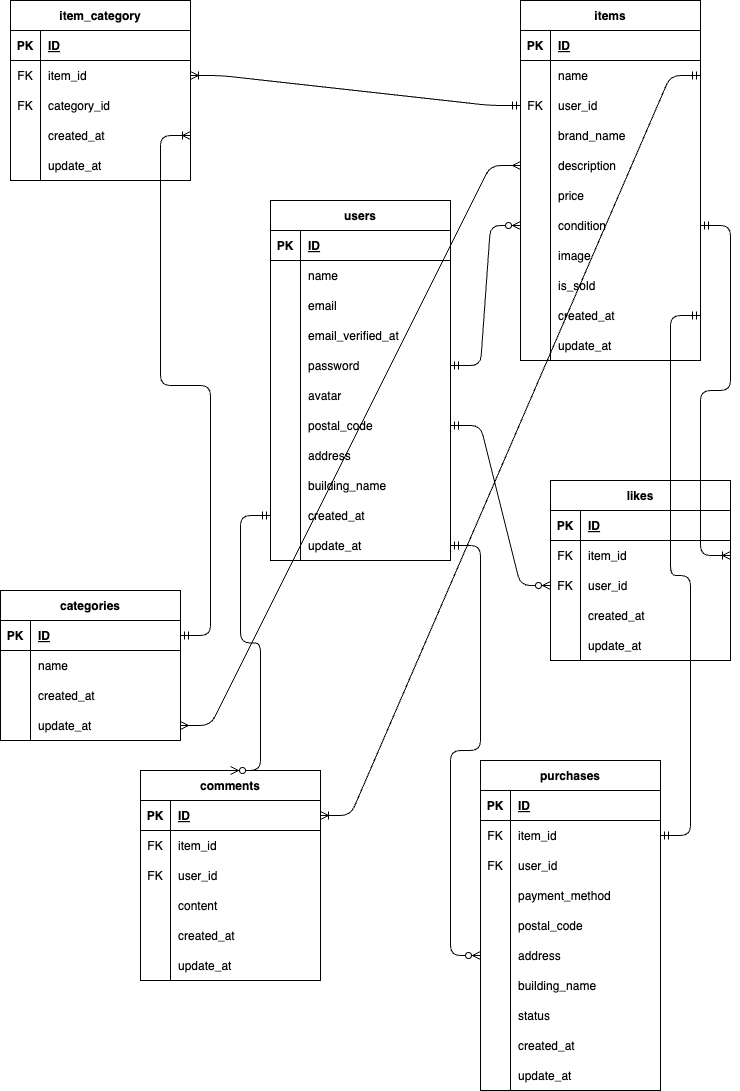
The draw.io diagram index.drawio.png in Kizuna42/-app, before a commit. Source tidied: cells renumbered, new cells last; positions are measured from the earlier drawing's top-left corner, leaving out a move shared by most shapes.
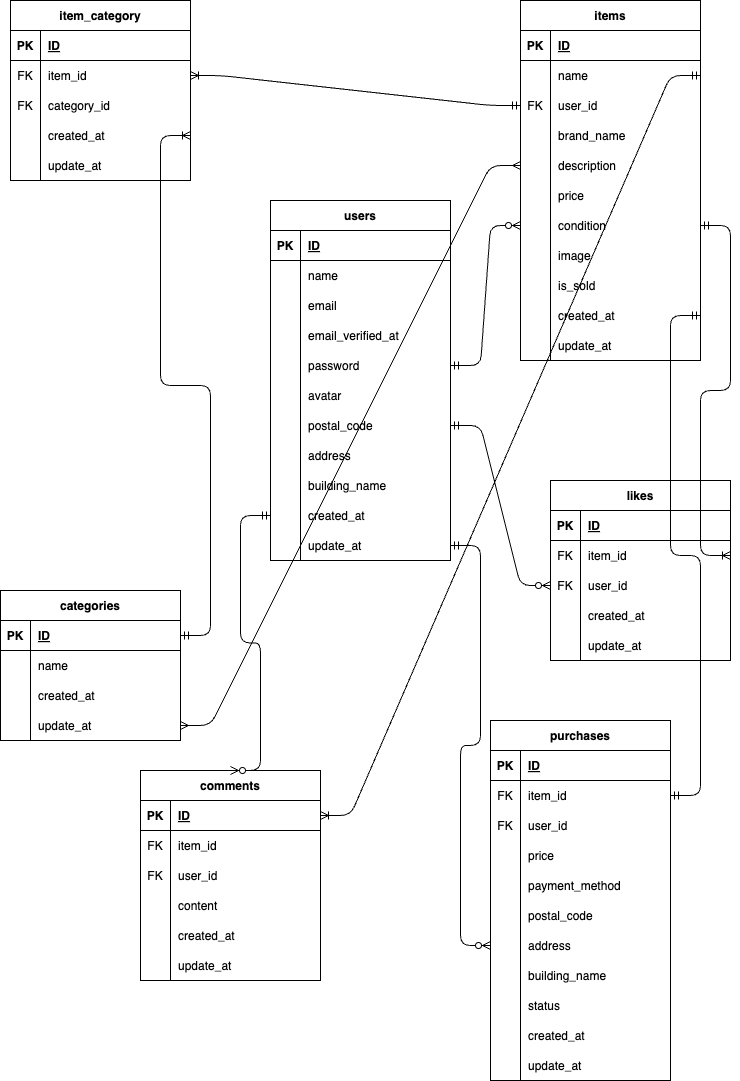
Above is the later version.

Commit message:
all-finish

What changed in the source:
```diff
@@ -399,7 +399,7 @@
       <mxGeometry x="30" width="150" height="30" as="geometry" />
     </mxCell>
     <mxCell id="134" value="purchases" style="shape=table;startSize=30;rowLines=0;fontStyle=1;align=center;" parent="1" vertex="1">
-      <mxGeometry x="480" y="760" width="180" height="330" as="geometry" />
+      <mxGeometry x="490" y="720" width="180" height="360" as="geometry" />
     </mxCell>
     <mxCell id="135" style="shape=tableRow;horizontal=0;startSize=0;swimlaneHead=0;swimlaneBody=0;fillColor=none;top=0;left=0;right=0;bottom=1;" parent="134" vertex="1">
       <mxGeometry y="30" width="180" height="30" as="geometry" />
@@ -428,8 +428,17 @@
     <mxCell id="143" value="user_id" style="shape=partialRectangle;fillColor=none;top=0;left=0;bottom=0;right=0;align=left;spacingLeft=6;fontStyle=0;overflow=hidden;" parent="141" vertex="1">
       <mxGeometry x="30" width="150" height="30" as="geometry" />
     </mxCell>
+    <mxCell id="175" style="shape=tableRow;horizontal=0;startSize=0;swimlaneHead=0;swimlaneBody=0;fillColor=none;top=0;left=0;right=0;bottom=0;" parent="134" vertex="1">
+      <mxGeometry y="120" width="180" height="30" as="geometry" />
+    </mxCell>
+    <mxCell id="176" style="shape=partialRectangle;fillColor=none;top=0;left=0;bottom=0;right=0;overflow=hidden;" parent="175" vertex="1">
+      <mxGeometry width="30" height="30" as="geometry" />
+    </mxCell>
+    <mxCell id="177" value="price" style="shape=partialRectangle;fillColor=none;top=0;left=0;bottom=0;right=0;align=left;spacingLeft=6;overflow=hidden;" parent="175" vertex="1">
+      <mxGeometry x="30" width="150" height="30" as="geometry" />
+    </mxCell>
     <mxCell id="144" style="shape=tableRow;horizontal=0;startSize=0;swimlaneHead=0;swimlaneBody=0;fillColor=none;top=0;left=0;right=0;bottom=0;" parent="134" vertex="1">
-      <mxGeometry y="120" width="180" height="30" as="geometry" />
+      <mxGeometry y="150" width="180" height="30" as="geometry" />
     </mxCell>
     <mxCell id="145" style="shape=partialRectangle;fillColor=none;top=0;left=0;bottom=0;right=0;overflow=hidden;" parent="144" vertex="1">
       <mxGeometry width="30" height="30" as="geometry" />
@@ -438,7 +447,7 @@
       <mxGeometry x="30" width="150" height="30" as="geometry" />
     </mxCell>
     <mxCell id="147" style="shape=tableRow;horizontal=0;startSize=0;swimlaneHead=0;swimlaneBody=0;fillColor=none;top=0;left=0;right=0;bottom=0;" parent="134" vertex="1">
-      <mxGeometry y="150" width="180" height="30" as="geometry" />
+      <mxGeometry y="180" width="180" height="30" as="geometry" />
     </mxCell>
     <mxCell id="148" style="shape=partialRectangle;fillColor=none;top=0;left=0;bottom=0;right=0;overflow=hidden;" parent="147" vertex="1">
       <mxGeometry width="30" height="30" as="geometry" />
@@ -447,7 +456,7 @@
       <mxGeometry x="30" width="150" height="30" as="geometry" />
     </mxCell>
     <mxCell id="150" style="shape=tableRow;horizontal=0;startSize=0;swimlaneHead=0;swimlaneBody=0;fillColor=none;points=[[0,0.5],[1,0.5]];portConstraint=eastwest;top=0;left=0;right=0;bottom=0;" parent="134" vertex="1">
-      <mxGeometry y="180" width="180" height="30" as="geometry" />
+      <mxGeometry y="210" width="180" height="30" as="geometry" />
     </mxCell>
     <mxCell id="151" style="shape=partialRectangle;fillColor=none;top=0;left=0;bottom=0;right=0;overflow=hidden;" parent="150" vertex="1">
       <mxGeometry width="30" height="30" as="geometry" />
@@ -456,7 +465,7 @@
       <mxGeometry x="30" width="150" height="30" as="geometry" />
     </mxCell>
     <mxCell id="153" style="shape=tableRow;horizontal=0;startSize=0;swimlaneHead=0;swimlaneBody=0;fillColor=none;top=0;left=0;right=0;bottom=0;" parent="134" vertex="1">
-      <mxGeometry y="210" width="180" height="30" as="geometry" />
+      <mxGeometry y="240" width="180" height="30" as="geometry" />
     </mxCell>
     <mxCell id="154" style="shape=partialRectangle;fillColor=none;top=0;left=0;bottom=0;right=0;overflow=hidden;" parent="153" vertex="1">
       <mxGeometry width="30" height="30" as="geometry" />
@@ -465,7 +474,7 @@
       <mxGeometry x="30" width="150" height="30" as="geometry" />
     </mxCell>
     <mxCell id="156" style="shape=tableRow;horizontal=0;startSize=0;swimlaneHead=0;swimlaneBody=0;fillColor=none;top=0;left=0;right=0;bottom=0;" parent="134" vertex="1">
-      <mxGeometry y="240" width="180" height="30" as="geometry" />
+      <mxGeometry y="270" width="180" height="30" as="geometry" />
     </mxCell>
     <mxCell id="157" style="shape=partialRectangle;fillColor=none;top=0;left=0;bottom=0;right=0;overflow=hidden;" parent="156" vertex="1">
       <mxGeometry width="30" height="30" as="geometry" />
@@ -474,7 +483,7 @@
       <mxGeometry x="30" width="150" height="30" as="geometry" />
     </mxCell>
     <mxCell id="159" style="shape=tableRow;horizontal=0;startSize=0;swimlaneHead=0;swimlaneBody=0;fillColor=none;top=0;left=0;right=0;bottom=0;" parent="134" vertex="1">
-      <mxGeometry y="270" width="180" height="30" as="geometry" />
+      <mxGeometry y="300" width="180" height="30" as="geometry" />
     </mxCell>
     <mxCell id="160" style="shape=partialRectangle;fillColor=none;top=0;left=0;bottom=0;right=0;overflow=hidden;" parent="159" vertex="1">
       <mxGeometry width="30" height="30" as="geometry" />
@@ -483,7 +492,7 @@
       <mxGeometry x="30" width="150" height="30" as="geometry" />
     </mxCell>
     <mxCell id="162" style="shape=tableRow;horizontal=0;startSize=0;swimlaneHead=0;swimlaneBody=0;fillColor=none;top=0;left=0;right=0;bottom=0;" parent="134" vertex="1">
-      <mxGeometry y="300" width="180" height="30" as="geometry" />
+      <mxGeometry y="330" width="180" height="30" as="geometry" />
     </mxCell>
     <mxCell id="163" style="shape=partialRectangle;fillColor=none;top=0;left=0;bottom=0;right=0;overflow=hidden;" parent="162" vertex="1">
       <mxGeometry width="30" height="30" as="geometry" />
```
